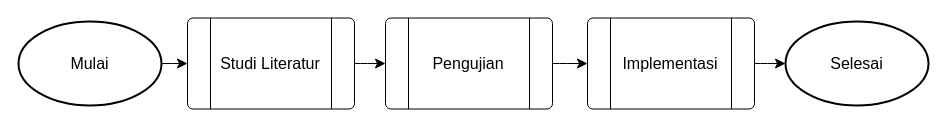
This is page "Page-4" (4 of 10) of problem_1/Untitled Diagram.drawio from Yoga3911/alterra_section_15, a draw.io file, before an edit. Source tidied: cells renumbered, new cells numbered last; positions are measured from the earlier drawing's top-left corner, leaving out a move shared by most shapes. Both pictures are drawn from the tidied source at 100%, with x=0, y=0 at pixel (18, 18).
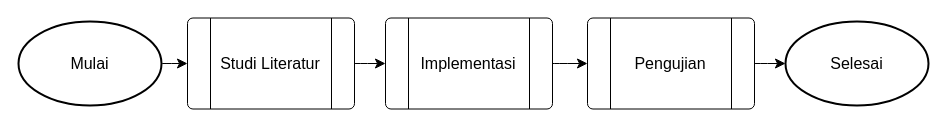
Above is the later version.

What changed in the source:
```diff
@@
 <mxGraphModel>
   <root>
     <mxCell id="0" />
     <mxCell id="1" parent="0" />
     <mxCell id="2" style="edgeStyle=none;curved=1;rounded=0;jettySize=auto;html=1;fontSize=12;startSize=8;endSize=8;" parent="1" edge="1" source="3" target="9">
       <mxGeometry relative="1" as="geometry" />
     </mxCell>
     <mxCell id="3" value="Mulai" style="strokeWidth=2;html=1;shape=mxgraph.flowchart.start_1;whiteSpace=wrap;fontSize=16;" parent="1" vertex="1">
       <mxGeometry y="3" width="143" height="84" as="geometry" />
     </mxCell>
     <mxCell id="4" style="edgeStyle=none;curved=1;rounded=0;jettySize=auto;html=1;fontSize=12;startSize=8;endSize=8;" parent="1" edge="1" source="5" target="10">
       <mxGeometry relative="1" as="geometry" />
     </mxCell>
-    <mxCell id="5" value="Implementasi" style="verticalLabelPosition=middle;verticalAlign=middle;html=1;shape=process;whiteSpace=wrap;rounded=1;size=0.14;arcSize=6;fontSize=16;labelPosition=center;align=center;" parent="1" vertex="1">
+    <mxCell id="5" value="Pengujian" style="verticalLabelPosition=middle;verticalAlign=middle;html=1;shape=process;whiteSpace=wrap;rounded=1;size=0.14;arcSize=6;fontSize=16;labelPosition=center;align=center;" parent="1" vertex="1">
       <mxGeometry x="569" y="-0.5" width="167" height="91" as="geometry" />
     </mxCell>
     <mxCell id="6" style="edgeStyle=none;curved=1;rounded=0;jettySize=auto;html=1;fontSize=12;startSize=8;endSize=8;" parent="1" edge="1" source="7" target="5">
       <mxGeometry relative="1" as="geometry" />
     </mxCell>
-    <mxCell id="7" value="Pengujian" style="verticalLabelPosition=middle;verticalAlign=middle;html=1;shape=process;whiteSpace=wrap;rounded=1;size=0.14;arcSize=6;fontSize=16;labelPosition=center;align=center;" parent="1" vertex="1">
+    <mxCell id="7" value="Implementasi" style="verticalLabelPosition=middle;verticalAlign=middle;html=1;shape=process;whiteSpace=wrap;rounded=1;size=0.14;arcSize=6;fontSize=16;labelPosition=center;align=center;" parent="1" vertex="1">
       <mxGeometry x="367" y="-0.5" width="167" height="91" as="geometry" />
     </mxCell>
     <mxCell id="8" style="edgeStyle=none;curved=1;rounded=0;jettySize=auto;html=1;fontSize=12;startSize=8;endSize=8;" parent="1" edge="1" source="9" target="7">
       <mxGeometry relative="1" as="geometry" />
     </mxCell>
     <mxCell id="9" value="Studi Literatur" style="verticalLabelPosition=middle;verticalAlign=middle;html=1;shape=process;whiteSpace=wrap;rounded=1;size=0.14;arcSize=6;fontSize=16;labelPosition=center;align=center;" parent="1" vertex="1">
       <mxGeometry x="169" y="-0.5" width="167" height="91" as="geometry" />
     </mxCell>
     <mxCell id="10" value="Selesai" style="strokeWidth=2;html=1;shape=mxgraph.flowchart.start_1;whiteSpace=wrap;fontSize=16;" parent="1" vertex="1">
       <mxGeometry x="767" y="3" width="143" height="84" as="geometry" />
     </mxCell>
   </root>
 </mxGraphModel>
```
